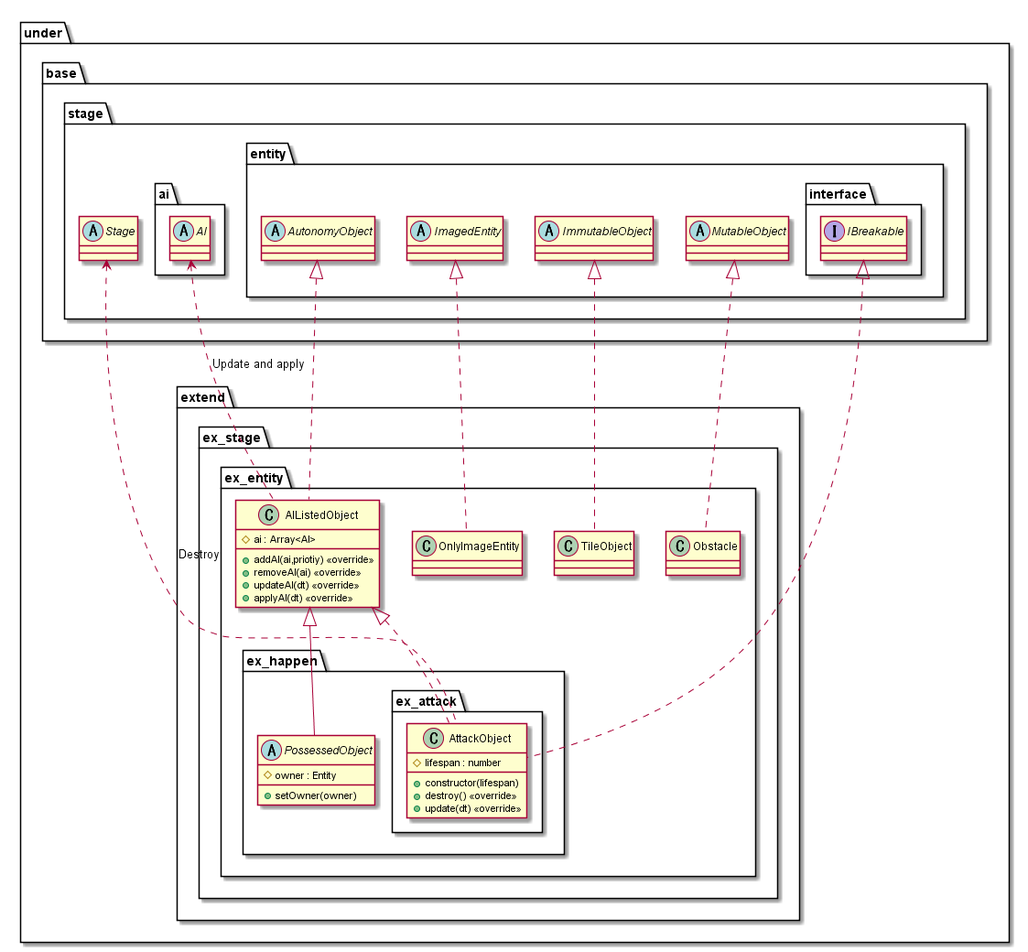
The PlantUML diagram out/uml/entity/Extend/EntityExtend.png in Expine/Under, before a commit.
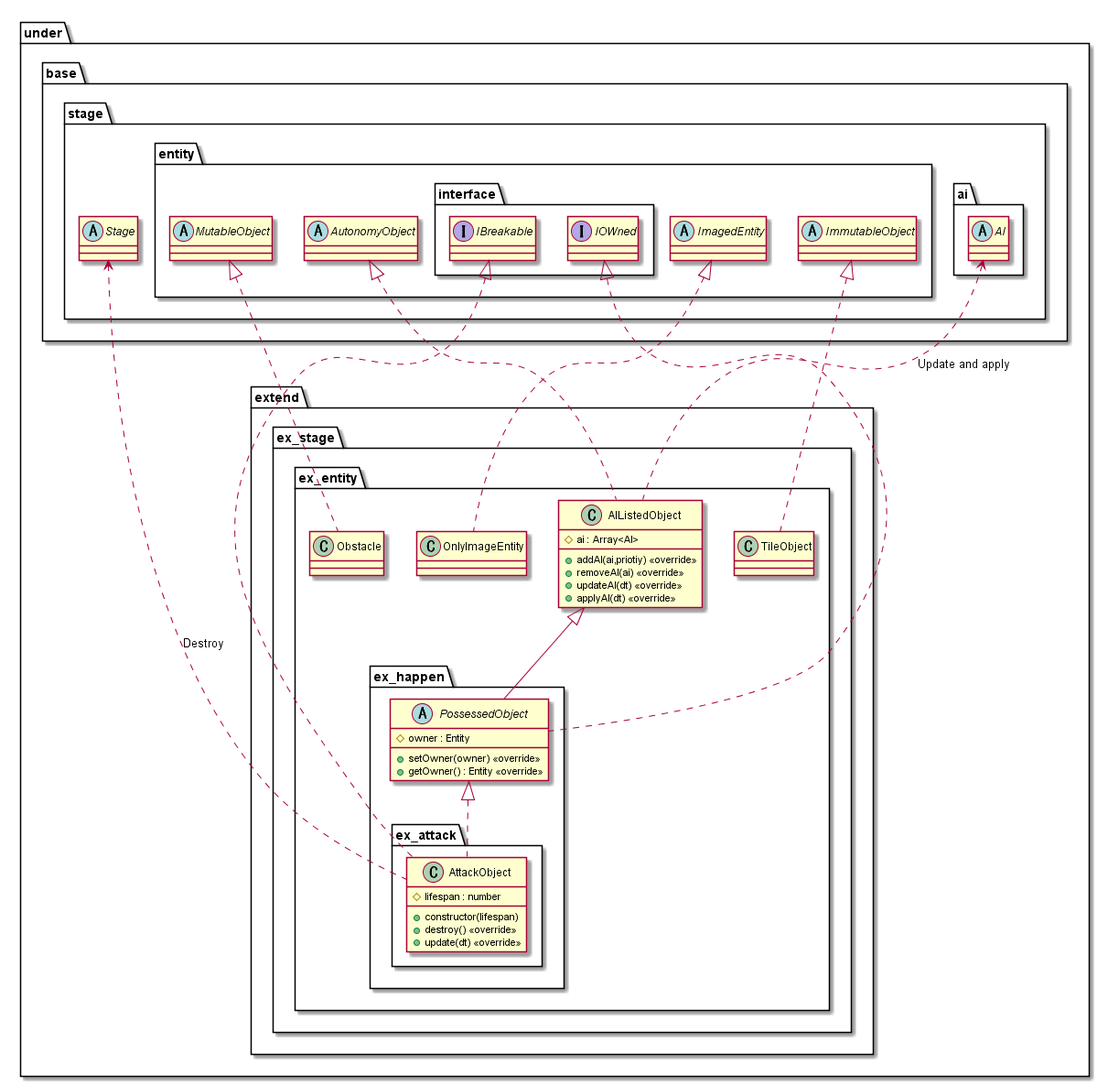
After the commit.

Change to the diagram source:
```diff
@@ -24,7 +24,8 @@
                     }
                     abstract PossessedObject {
                         #owner : Entity
-                        +setOwner(owner)
+                        +setOwner(owner) <<override>>
+                        +getOwner() : Entity <<override>>
                     }
                 }
             }
@@ -46,6 +47,7 @@
                 abstract AutonomyObject
                 package interface {
                     interface IBreakable
+                    interface IOWned
                 }
             }
         }
@@ -62,7 +64,8 @@
 AutonomyObject <|.. AIListedObject
 
 AIListedObject <|-- PossessedObject
-AIListedObject <|.. AttackObject
+IOWned <|.. PossessedObject
+PossessedObject <|.. AttackObject
 IBreakable <|.. AttackObject
 
 @enduml
```
